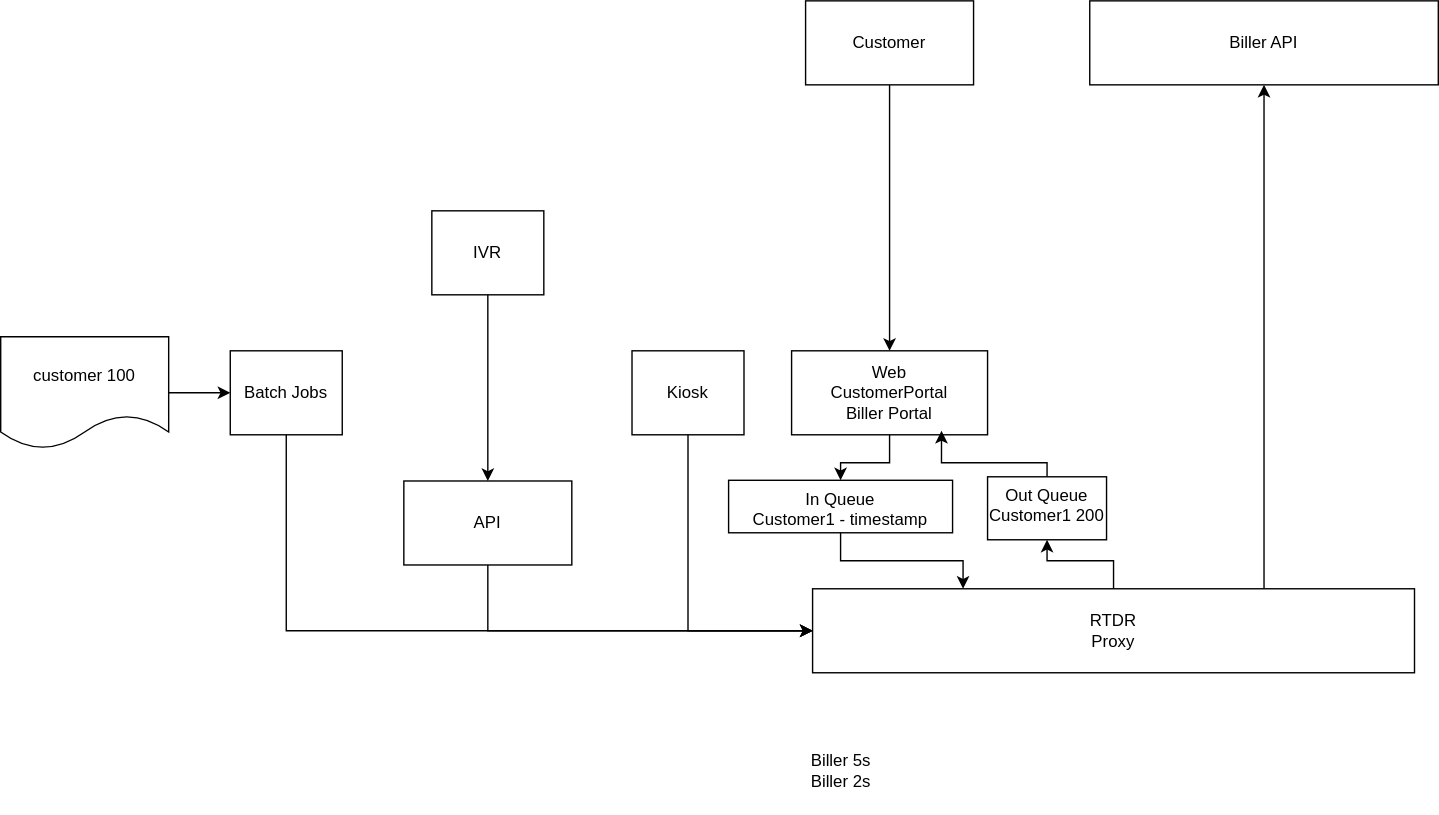
Above: rtdr.svg in vjavle/invoicecloud (draw.io), before the change. Source tidied: cells renumbered, new cells last; positions are measured from the earlier drawing's top-left corner, leaving out a move shared by most shapes.
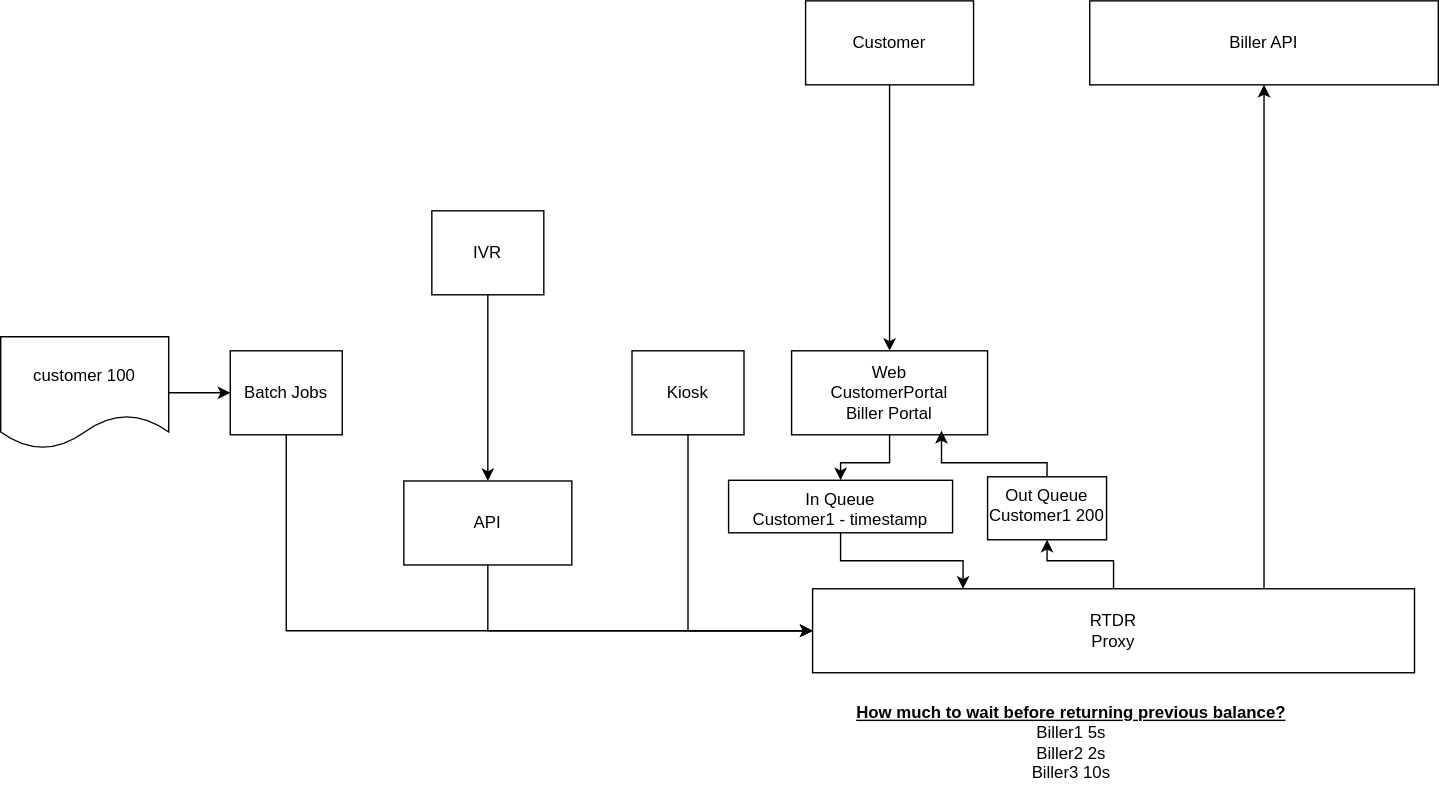
Above is the later version.

Diff of the diagram source:
```diff
@@ -81,8 +81,8 @@
     <mxCell id="23" value="API" style="rounded=0;whiteSpace=wrap;html=1;" parent="1" vertex="1">
       <mxGeometry x="288" y="343" width="120" height="60" as="geometry" />
     </mxCell>
-    <mxCell id="24" value="Biller 5s&lt;br&gt;Biller 2s" style="text;html=1;strokeColor=none;fillColor=none;align=center;verticalAlign=middle;whiteSpace=wrap;rounded=0;" parent="1" vertex="1">
-      <mxGeometry x="451" y="520" width="299" height="60" as="geometry" />
+    <mxCell id="24" value="&lt;b&gt;&lt;u&gt;How much to wait before returning previous balance?&lt;/u&gt;&lt;/b&gt;&lt;br&gt;Biller1 5s&lt;br&gt;Biller2 2s&lt;br&gt;Biller3 10s" style="text;html=1;strokeColor=none;fillColor=none;align=center;verticalAlign=middle;whiteSpace=wrap;rounded=0;" parent="1" vertex="1">
+      <mxGeometry x="600" y="490" width="330" height="80" as="geometry" />
     </mxCell>
   </root>
 </mxGraphModel>
```
